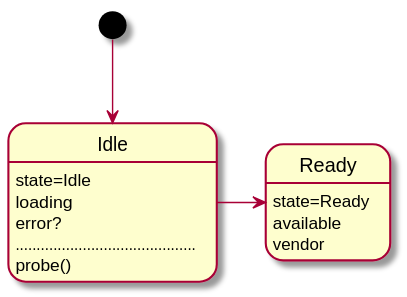
Earlier version of the PlantUML export docs/diagrams/builtin/builtin.svg (wighawag/web3w).
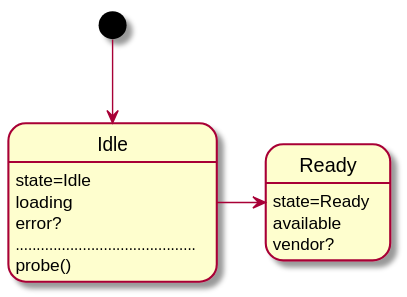
After the change.

Diff of the diagram source:
```diff
@@ -7,7 +7,7 @@
 
 Ready: state=Ready
 Ready: available
-Ready: vendor
+Ready: vendor?
 
 [*] --> Idle
 Idle -> Ready
```
